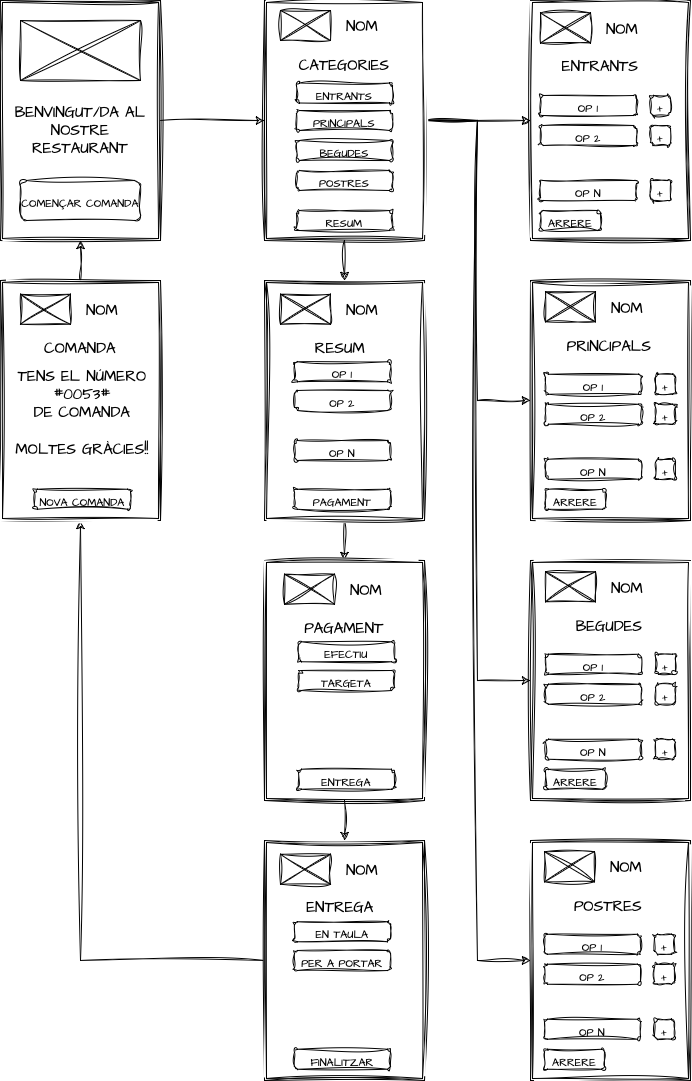
Above: DI Prototipo Baja Fidelidad.drawio.png in KikeMarchuet/Ficheros_Draw.IO (draw.io), before the change. Source tidied: cells renumbered, new cells last; positions are measured from the earlier drawing's top-left corner, leaving out a move shared by most shapes.
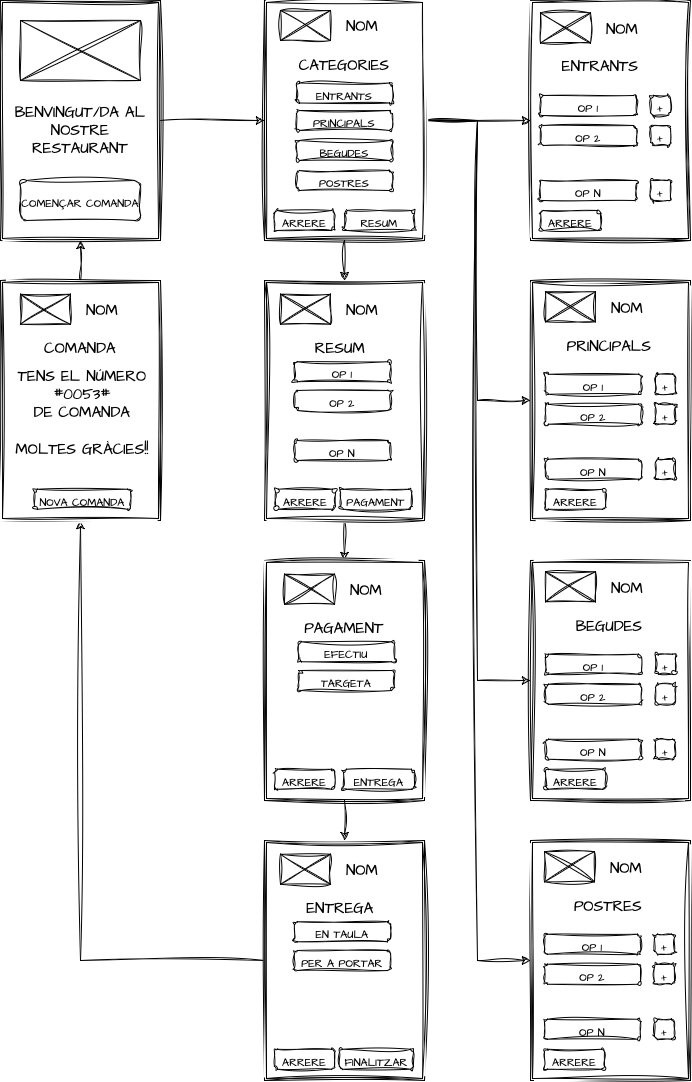
After the change.

Diff of the diagram source:
```diff
@@ -267,7 +267,7 @@
       <mxGeometry x="654" y="1018.8" width="20" height="20" as="geometry" />
     </mxCell>
     <mxCell id="90" value="&lt;span style=&quot;font-size: 11px;&quot;&gt;RESUM&lt;/span&gt;" style="rounded=1;whiteSpace=wrap;html=1;hachureGap=4;fontFamily=Architects Daughter;fontSource=https%3A%2F%2Ffonts.googleapis.com%2Fcss%3Ffamily%3DArchitects%2BDaughter;fontSize=23;labelBackgroundColor=none;sketch=1;curveFitting=1;jiggle=2;" parent="1" vertex="1">
-      <mxGeometry x="296" y="210" width="96" height="20" as="geometry" />
+      <mxGeometry x="344" y="210" width="70" height="20" as="geometry" />
     </mxCell>
     <mxCell id="91" style="group;" parent="1" vertex="1">
       <mxGeometry x="280" y="293.8" width="50" height="30" as="geometry" />
@@ -297,7 +297,7 @@
       <mxGeometry x="294" y="440" width="96" height="20" as="geometry" />
     </mxCell>
     <mxCell id="100" value="&lt;span style=&quot;font-size: 11px;&quot;&gt;PAGAMENT&lt;/span&gt;" style="rounded=1;whiteSpace=wrap;html=1;hachureGap=4;fontFamily=Architects Daughter;fontSource=https%3A%2F%2Ffonts.googleapis.com%2Fcss%3Ffamily%3DArchitects%2BDaughter;fontSize=23;labelBackgroundColor=none;sketch=1;curveFitting=1;jiggle=2;" parent="1" vertex="1">
-      <mxGeometry x="294" y="488.8" width="96" height="20" as="geometry" />
+      <mxGeometry x="340" y="488.8" width="71" height="20" as="geometry" />
     </mxCell>
     <mxCell id="101" style="group;" parent="1" vertex="1">
       <mxGeometry x="284" y="573.8" width="50" height="30" as="geometry" />
@@ -324,7 +324,7 @@
       <mxGeometry x="298" y="670" width="96" height="20" as="geometry" />
     </mxCell>
     <mxCell id="109" value="&lt;span style=&quot;font-size: 11px;&quot;&gt;ENTREGA&lt;/span&gt;" style="rounded=1;whiteSpace=wrap;html=1;hachureGap=4;fontFamily=Architects Daughter;fontSource=https%3A%2F%2Ffonts.googleapis.com%2Fcss%3Ffamily%3DArchitects%2BDaughter;fontSize=23;labelBackgroundColor=none;sketch=1;curveFitting=1;jiggle=2;" parent="1" vertex="1">
-      <mxGeometry x="298" y="768.8" width="96" height="20" as="geometry" />
+      <mxGeometry x="343" y="768.8" width="71" height="20" as="geometry" />
     </mxCell>
     <mxCell id="110" style="group;" parent="1" vertex="1">
       <mxGeometry x="280" y="853.8" width="50" height="30" as="geometry" />
@@ -351,7 +351,7 @@
       <mxGeometry x="294" y="950" width="96" height="20" as="geometry" />
     </mxCell>
     <mxCell id="118" value="&lt;span style=&quot;font-size: 11px;&quot;&gt;FINALITZAR&lt;/span&gt;" style="rounded=1;whiteSpace=wrap;html=1;hachureGap=4;fontFamily=Architects Daughter;fontSource=https%3A%2F%2Ffonts.googleapis.com%2Fcss%3Ffamily%3DArchitects%2BDaughter;fontSize=23;labelBackgroundColor=none;sketch=1;curveFitting=1;jiggle=2;" parent="1" vertex="1">
-      <mxGeometry x="294" y="1048.8" width="96" height="20" as="geometry" />
+      <mxGeometry x="339" y="1048.8" width="74" height="20" as="geometry" />
     </mxCell>
     <mxCell id="119" style="group;" parent="1" vertex="1">
       <mxGeometry x="20" y="293.8" width="50" height="30" as="geometry" />
@@ -380,5 +380,17 @@
     <mxCell id="127" value="&lt;span style=&quot;font-size: 15px;&quot;&gt;MOLTES GRÀCIES!!&lt;/span&gt;" style="whiteSpace=wrap;html=1;align=center;newEdgeStyle={&quot;edgeStyle&quot;:&quot;elbowEdgeStyle&quot;,&quot;startArrow&quot;:&quot;none&quot;,&quot;endArrow&quot;:&quot;none&quot;};sketch=1;hachureGap=4;jiggle=2;curveFitting=1;fontFamily=Architects Daughter;fontSource=https%3A%2F%2Ffonts.googleapis.com%2Fcss%3Ffamily%3DArchitects%2BDaughter;strokeColor=none;" parent="1" vertex="1">
       <mxGeometry x="12" y="418.8" width="140" height="60" as="geometry" />
     </mxCell>
+    <mxCell id="128" value="&lt;span style=&quot;font-size: 11px;&quot;&gt;ARRERE&lt;/span&gt;" style="rounded=1;whiteSpace=wrap;html=1;hachureGap=4;fontFamily=Architects Daughter;fontSource=https%3A%2F%2Ffonts.googleapis.com%2Fcss%3Ffamily%3DArchitects%2BDaughter;fontSize=23;labelBackgroundColor=none;sketch=1;curveFitting=1;jiggle=2;" parent="1" vertex="1">
+      <mxGeometry x="274" y="210" width="60" height="20" as="geometry" />
+    </mxCell>
+    <mxCell id="129" value="&lt;span style=&quot;font-size: 11px;&quot;&gt;ARRERE&lt;/span&gt;" style="rounded=1;whiteSpace=wrap;html=1;hachureGap=4;fontFamily=Architects Daughter;fontSource=https%3A%2F%2Ffonts.googleapis.com%2Fcss%3Ffamily%3DArchitects%2BDaughter;fontSize=23;labelBackgroundColor=none;sketch=1;curveFitting=1;jiggle=2;" parent="1" vertex="1">
+      <mxGeometry x="275" y="488.8" width="60" height="20" as="geometry" />
+    </mxCell>
+    <mxCell id="130" value="&lt;span style=&quot;font-size: 11px;&quot;&gt;ARRERE&lt;/span&gt;" style="rounded=1;whiteSpace=wrap;html=1;hachureGap=4;fontFamily=Architects Daughter;fontSource=https%3A%2F%2Ffonts.googleapis.com%2Fcss%3Ffamily%3DArchitects%2BDaughter;fontSize=23;labelBackgroundColor=none;sketch=1;curveFitting=1;jiggle=2;" parent="1" vertex="1">
+      <mxGeometry x="274" y="768.8" width="60" height="20" as="geometry" />
+    </mxCell>
+    <mxCell id="131" value="&lt;span style=&quot;font-size: 11px;&quot;&gt;ARRERE&lt;/span&gt;" style="rounded=1;whiteSpace=wrap;html=1;hachureGap=4;fontFamily=Architects Daughter;fontSource=https%3A%2F%2Ffonts.googleapis.com%2Fcss%3Ffamily%3DArchitects%2BDaughter;fontSize=23;labelBackgroundColor=none;sketch=1;curveFitting=1;jiggle=2;" parent="1" vertex="1">
+      <mxGeometry x="274" y="1048.8" width="60" height="20" as="geometry" />
+    </mxCell>
   </root>
 </mxGraphModel>
```
